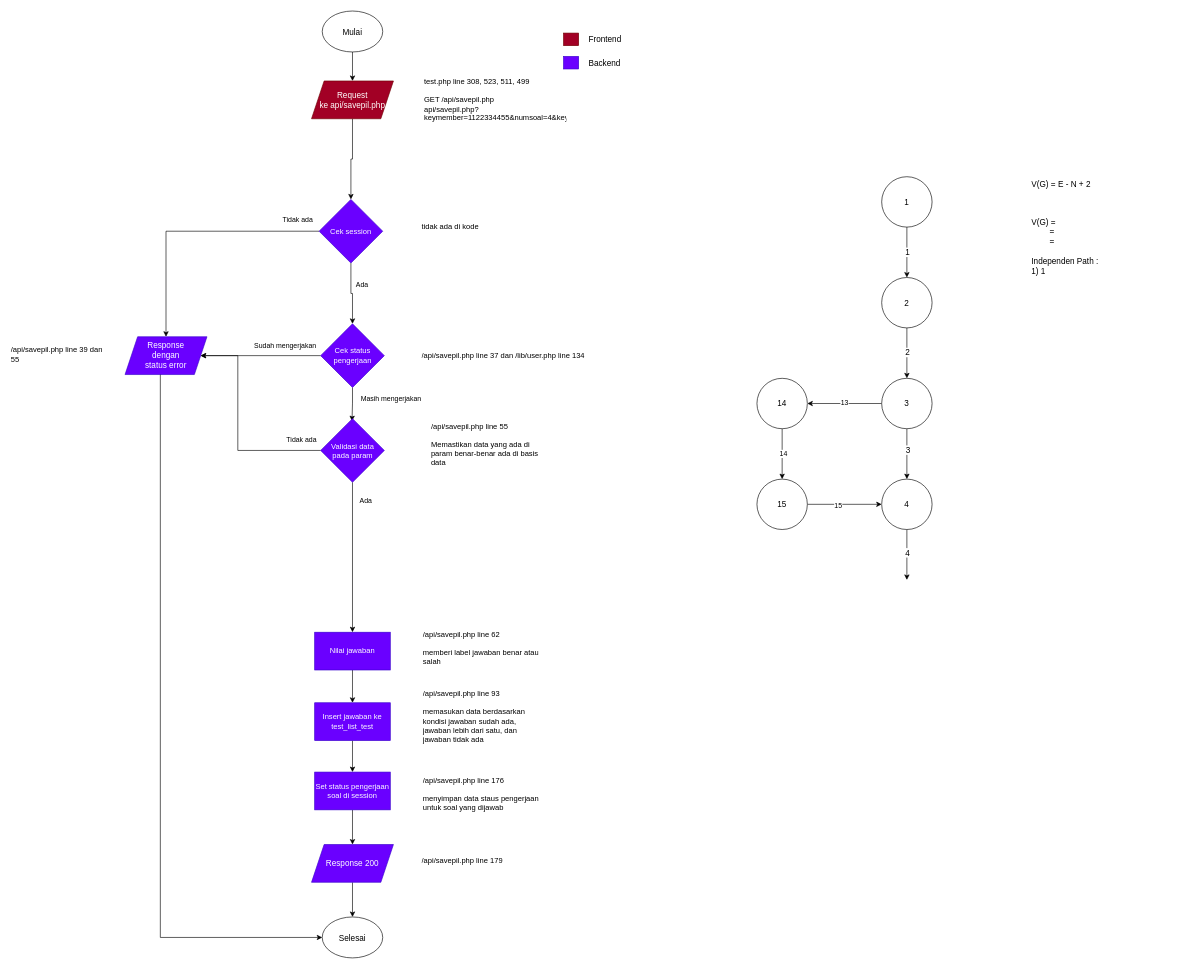
Earlier version of the draw.io diagram flowgraph/F06-menjawab-soal-flowgraph/F06-menjawab-soal-flowgraph.drawio (LRamdhan/white-box-testing-web-ulangan). Source tidied: cells renumbered, new cells numbered last; positions are measured from the earlier drawing's top-left corner, leaving out a move shared by most shapes. Both pictures are drawn from the tidied source at 63%, with x=0, y=0 at pixel (11, 11).
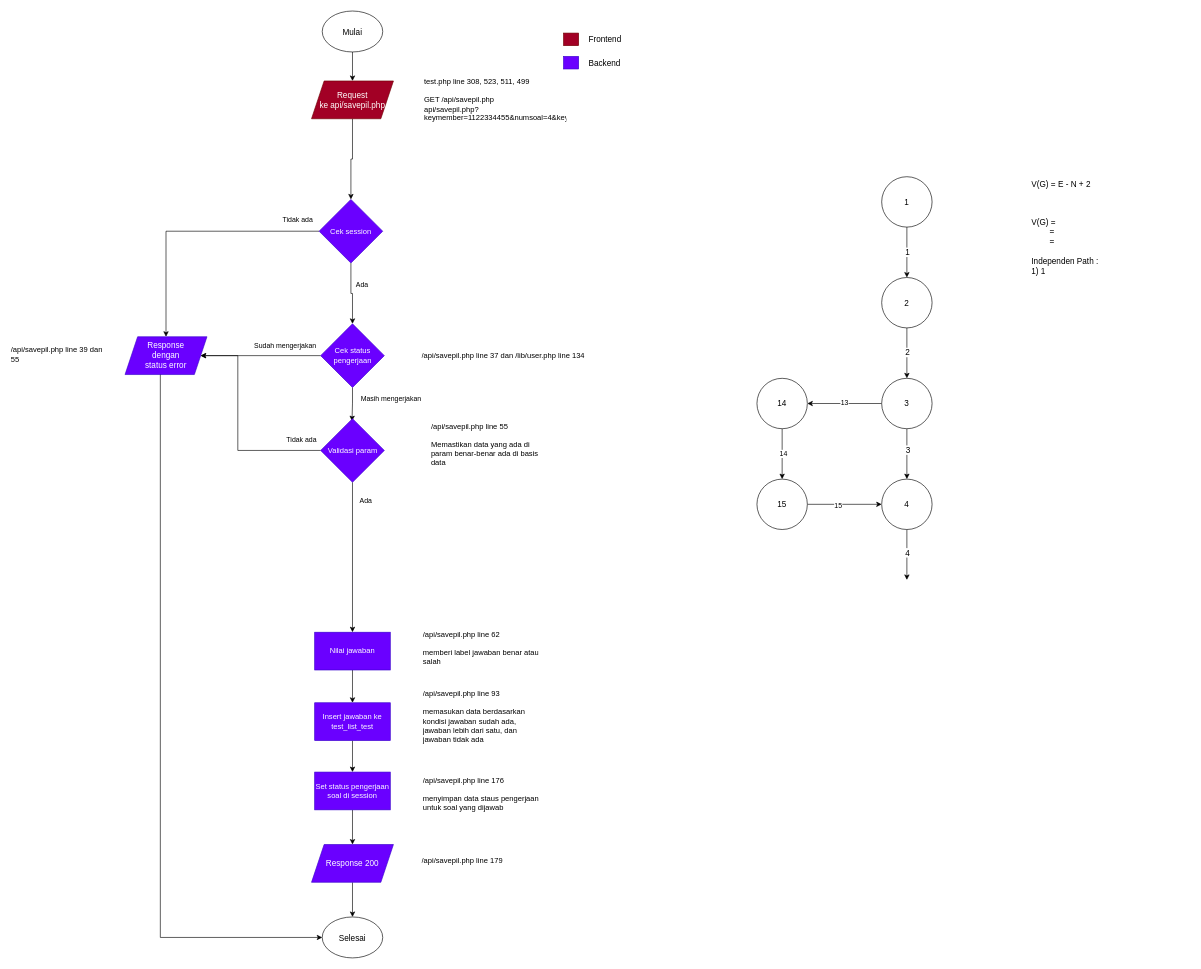
The same diagram, later.

Commit message (it also covers changes not shown here):
create: menjawab soal test 2

The edit, as a diff of the source:
```diff
@@
-    <mxCell id="59" value="Validasi data &lt;br&gt;pada param" style="rhombus;whiteSpace=wrap;html=1;fillColor=#6a00ff;fontColor=#ffffff;strokeColor=#3700CC;" parent="1" vertex="1">
+    <mxCell id="59" value="Validasi param" style="rhombus;whiteSpace=wrap;html=1;fillColor=#6a00ff;fontColor=#ffffff;strokeColor=#3700CC;" parent="1" vertex="1">
       <mxGeometry x="491.5" y="647" width="101" height="101" as="geometry" />
     </mxCell>
@@
-    <mxCell id="66" value="tidak ada di kode" style="text;html=1;strokeColor=none;fillColor=none;spacing=0;spacingTop=-20;overflow=hidden;rounded=0;whiteSpace=wrap;labelPosition=center;verticalLabelPosition=middle;align=left;verticalAlign=middle;horizontal=1;" parent="1" vertex="1">
-      <mxGeometry x="652" y="307" width="190" height="90" as="geometry" />
-    </mxCell>
```
